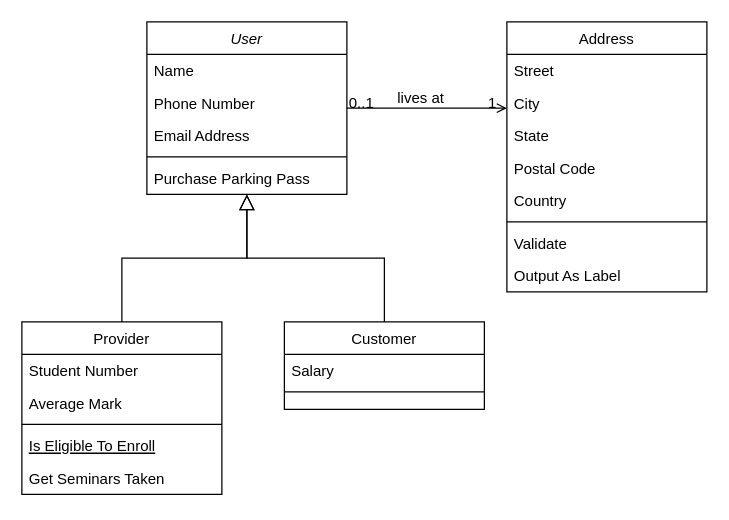
Earlier version of the draw.io diagram Diagramme sans nom.drawio (daryloffik/Diagrams). Source tidied: cells renumbered, new cells numbered last; positions are measured from the earlier drawing's top-left corner, leaving out a move shared by most shapes. Both pictures are drawn from the tidied source at 125%, with x=0, y=0 at pixel (21, 21).
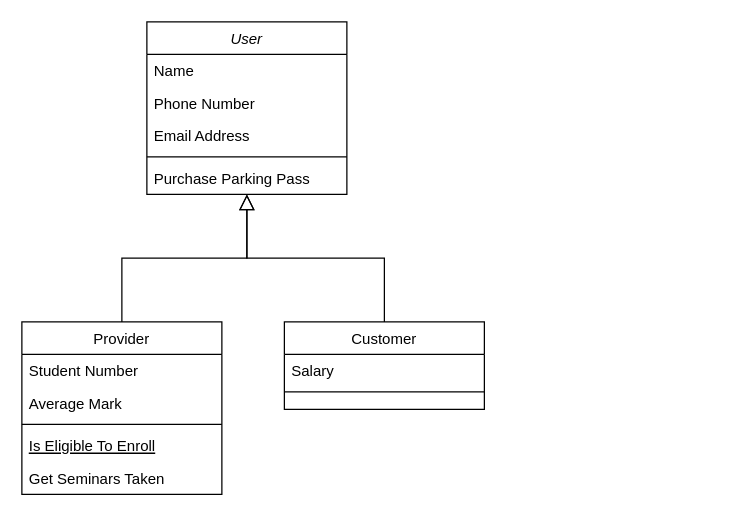
The same page after the edit.

Commit message:
Mettre à jour Diagramme sans nom.drawio

Unchanged cells that the change refers to:
```xml
<mxCell id="2" value="User" style="swimlane;fontStyle=2;align=center;verticalAlign=top;horizontal=1;startSize=26;rounded=0;shadow=0;strokeWidth=1;" parent="1" vertex="1">
  <mxGeometry x="100" width="160" height="138" as="geometry" />
</mxCell>
```

The edit, as a diff of the source:
```diff
@@
-    <mxCell id="19" value="Address" style="swimlane;fontStyle=0;align=center;verticalAlign=top;horizontal=1;startSize=26;rounded=0;shadow=0;strokeWidth=1;" parent="1" vertex="1">
-      <mxGeometry x="388" width="160" height="216" as="geometry" />
-    </mxCell>
-    <mxCell id="20" value="Street" style="text;align=left;verticalAlign=top;spacingLeft=4;spacingRight=4;overflow=hidden;" parent="19" vertex="1">
-      <mxGeometry y="26" width="160" height="26" as="geometry" />
-    </mxCell>
-    <mxCell id="21" value="City" style="text;align=left;verticalAlign=top;spacingLeft=4;spacingRight=4;overflow=hidden;rounded=0;shadow=0;html=0;" parent="19" vertex="1">
-      <mxGeometry y="52" width="160" height="26" as="geometry" />
-    </mxCell>
-    <mxCell id="22" value="State" style="text;align=left;verticalAlign=top;spacingLeft=4;spacingRight=4;overflow=hidden;rounded=0;shadow=0;html=0;" parent="19" vertex="1">
-      <mxGeometry y="78" width="160" height="26" as="geometry" />
-    </mxCell>
-    <mxCell id="23" value="Postal Code" style="text;align=left;verticalAlign=top;spacingLeft=4;spacingRight=4;overflow=hidden;rounded=0;shadow=0;html=0;" parent="19" vertex="1">
-      <mxGeometry y="104" width="160" height="26" as="geometry" />
-    </mxCell>
-    <mxCell id="24" value="Country" style="text;align=left;verticalAlign=top;spacingLeft=4;spacingRight=4;overflow=hidden;rounded=0;shadow=0;html=0;" parent="19" vertex="1">
-      <mxGeometry y="130" width="160" height="26" as="geometry" />
-    </mxCell>
-    <mxCell id="25" style="line;html=1;strokeWidth=1;align=left;verticalAlign=middle;spacingTop=-1;spacingLeft=3;spacingRight=3;labelPosition=right;" parent="19" vertex="1">
-      <mxGeometry y="156" width="160" height="8" as="geometry" />
-    </mxCell>
-    <mxCell id="26" value="Validate" style="text;align=left;verticalAlign=top;spacingLeft=4;spacingRight=4;overflow=hidden;" parent="19" vertex="1">
-      <mxGeometry y="164" width="160" height="26" as="geometry" />
-    </mxCell>
-    <mxCell id="27" value="Output As Label" style="text;align=left;verticalAlign=top;spacingLeft=4;spacingRight=4;overflow=hidden;" parent="19" vertex="1">
-      <mxGeometry y="190" width="160" height="26" as="geometry" />
-    </mxCell>
-    <mxCell id="28" style="endArrow=open;shadow=0;strokeWidth=1;rounded=0;curved=0;endFill=1;edgeStyle=elbowEdgeStyle;elbow=vertical;" parent="1" edge="1" source="2" target="19">
-      <mxGeometry x="0.5" y="41" relative="1" as="geometry">
-        <mxPoint x="-40" y="32" as="offset" />
-      </mxGeometry>
-    </mxCell>
-    <mxCell id="29" value="0..1" style="align=left;verticalAlign=bottom;labelBackgroundColor=none;fontSize=12;" parent="28" vertex="1">
-      <mxGeometry x="-1" relative="1" as="geometry">
-        <mxPoint y="4" as="offset" />
-      </mxGeometry>
-    </mxCell>
-    <mxCell id="30" value="1" style="align=right;verticalAlign=bottom;labelBackgroundColor=none;fontSize=12;" parent="28" vertex="1">
-      <mxGeometry x="1" relative="1" as="geometry">
-        <mxPoint x="-7" y="4" as="offset" />
-      </mxGeometry>
-    </mxCell>
-    <mxCell id="31" value="lives at" style="text;html=1;align=center;verticalAlign=middle;labelBackgroundColor=none;rounded=0;shadow=0;strokeWidth=1;fontSize=12;" parent="28" vertex="1">
-      <mxGeometry x="0.5" y="49" relative="1" as="geometry">
-        <mxPoint x="-38" y="40" as="offset" />
-      </mxGeometry>
-    </mxCell>
```
